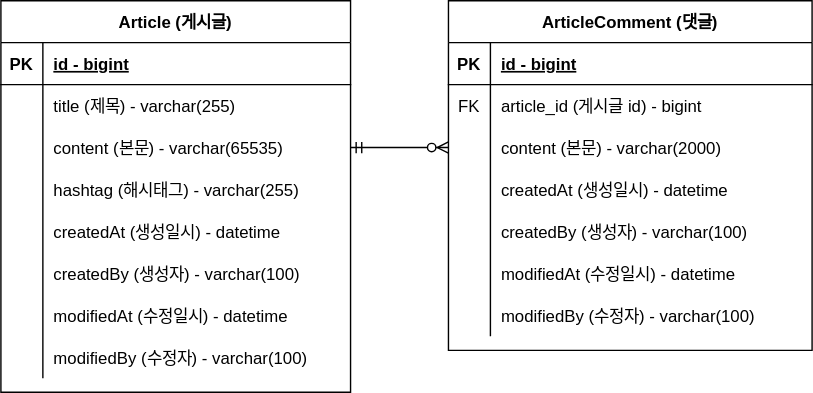
Above: document/project-board-erd.svg in sGOM/fastcampus-project-board (draw.io), before the change. Source tidied: cells renumbered, new cells last; positions are measured from the earlier drawing's top-left corner, leaving out a move shared by most shapes.
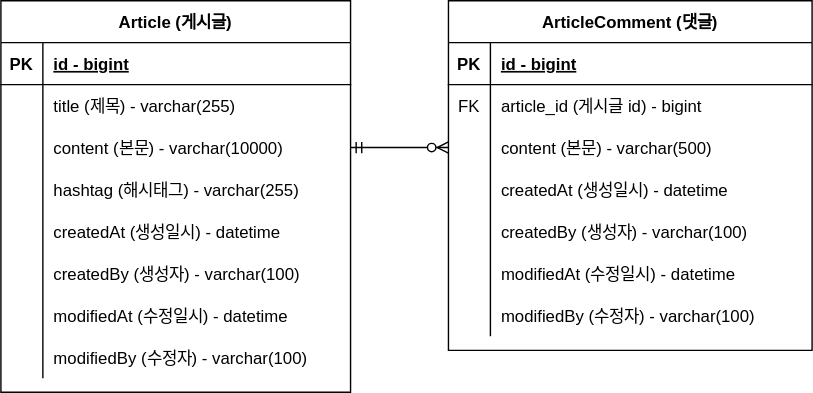
After the change.

Commit message:
#10 - ERD 업데이트: content 사이즈 변경

Change to the diagram source:
```diff
@@ -29,7 +29,7 @@
     <mxCell id="10" style="shape=partialRectangle;overflow=hidden;fillColor=none;top=0;left=0;bottom=0;right=0;" parent="9" vertex="1">
       <mxGeometry width="30" height="30" as="geometry" />
     </mxCell>
-    <mxCell id="11" value="content (본문) - varchar(65535)" style="shape=partialRectangle;overflow=hidden;fillColor=none;top=0;left=0;bottom=0;right=0;align=left;spacingLeft=6;" parent="9" vertex="1">
+    <mxCell id="11" value="content (본문) - varchar(10000)" style="shape=partialRectangle;overflow=hidden;fillColor=none;top=0;left=0;bottom=0;right=0;align=left;spacingLeft=6;" parent="9" vertex="1">
       <mxGeometry x="30" width="220" height="30" as="geometry" />
     </mxCell>
     <mxCell id="12" style="shape=partialRectangle;fillColor=none;top=0;left=0;right=0;bottom=0;" parent="2" vertex="1">
@@ -104,7 +104,7 @@
     <mxCell id="35" style="shape=partialRectangle;overflow=hidden;fillColor=none;top=0;left=0;bottom=0;right=0;" parent="34" vertex="1">
       <mxGeometry width="30" height="30" as="geometry" />
     </mxCell>
-    <mxCell id="36" value="content (본문) - varchar(2000)" style="shape=partialRectangle;overflow=hidden;fillColor=none;top=0;left=0;bottom=0;right=0;align=left;spacingLeft=6;" parent="34" vertex="1">
+    <mxCell id="36" value="content (본문) - varchar(500)" style="shape=partialRectangle;overflow=hidden;fillColor=none;top=0;left=0;bottom=0;right=0;align=left;spacingLeft=6;" parent="34" vertex="1">
       <mxGeometry x="30" width="230" height="30" as="geometry" />
     </mxCell>
     <mxCell id="37" style="shape=partialRectangle;fillColor=none;top=0;left=0;right=0;bottom=0;" parent="27" vertex="1">
```
